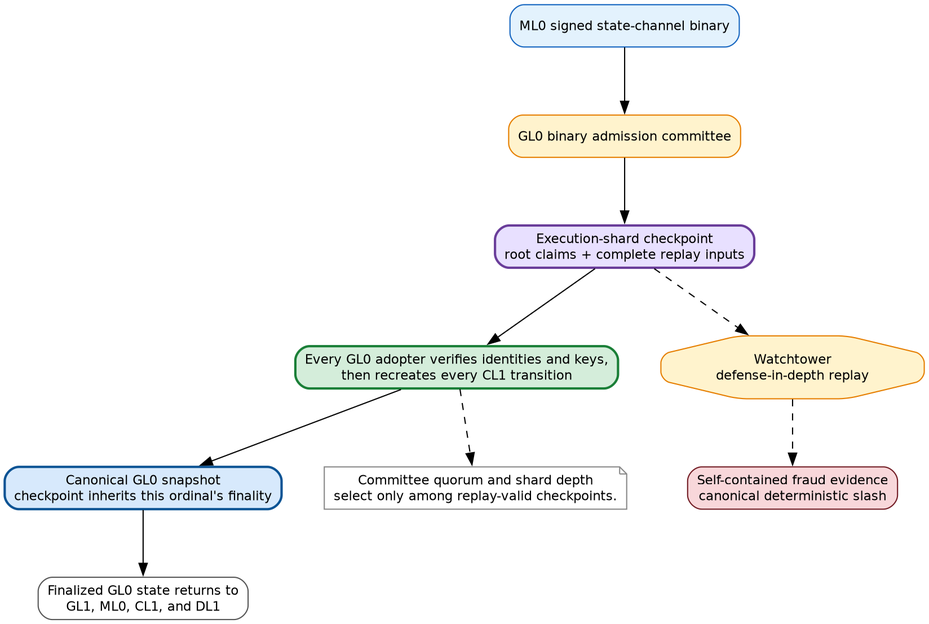
Earlier version of the Graphviz export docs/nakamoto/diagrams/3-combined-resolution-and-finality.png (ottobot-ai/tessellation). Its source is kept beside it as docs/nakamoto/diagrams/3-combined-resolution-and-finality.dot.
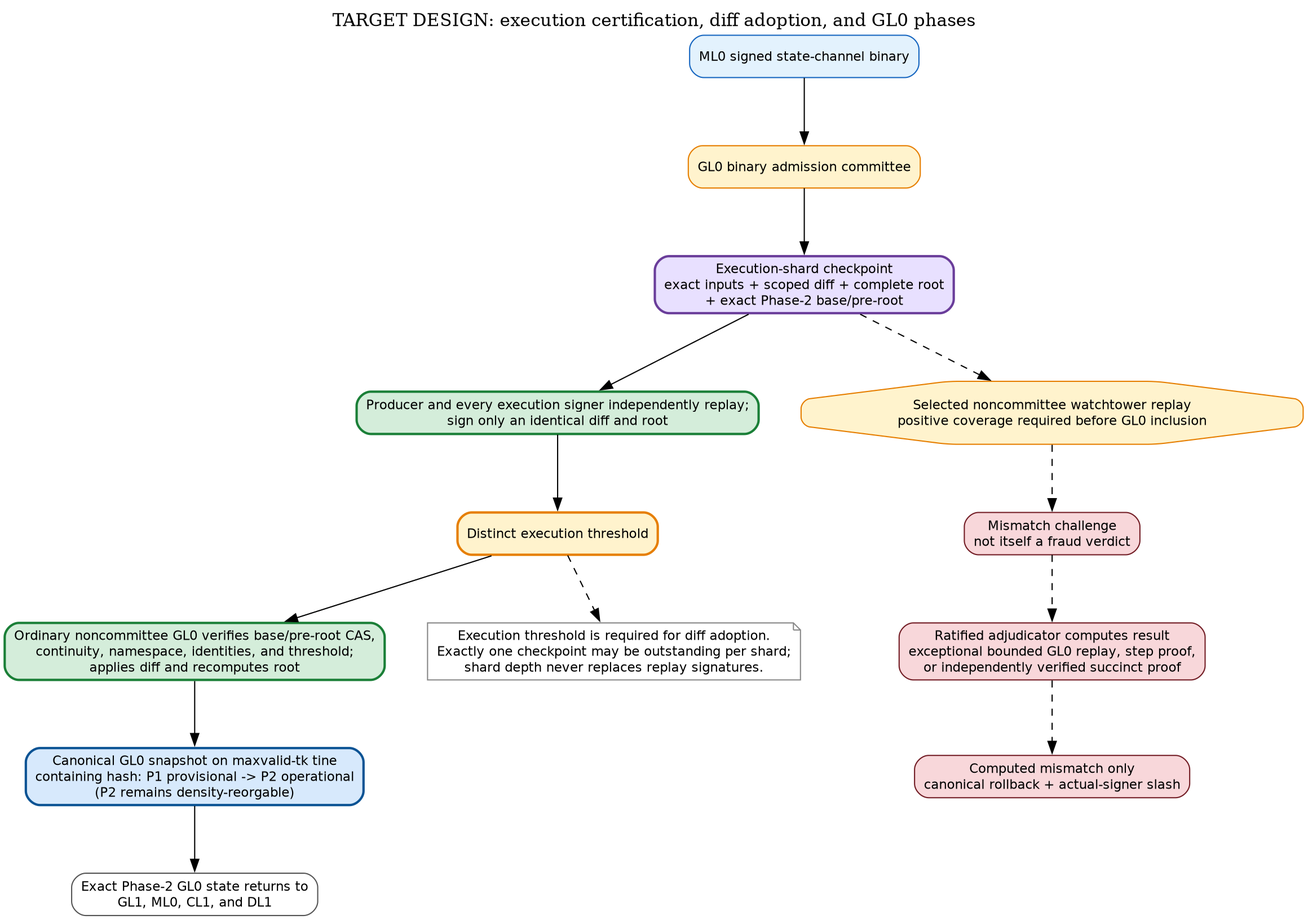
After the change.

The edit, as a diff of the source:
```diff
@@ -1,5 +1,8 @@
 
 digraph combined {
+  label="TARGET DESIGN: execution certification, diff adoption, and GL0 phases";
+  labelloc=t;
+  fontsize=15;
   rankdir=TB;
   ranksep=0.8;
   nodesep=0.5;
@@ -8,18 +11,22 @@
 
   ml0 [label="ML0 signed state-channel binary", fillcolor="#E3F2FD", color="#1565C0"];
   admission [label="GL0 binary admission committee", fillcolor="#FFF3CD", color="#E67E00"];
-  checkpoint [label="Execution-shard checkpoint\nroot claims + complete replay inputs", fillcolor="#E8E0FF", color="#6A3D9A", penwidth=2];
-  replay [label="Every GL0 adopter verifies identities and keys,\nthen recreates every CL1 transition", fillcolor="#D4EDDA", color="#1A7F37", penwidth=2];
-  global [label="Canonical GL0 snapshot\ncheckpoint inherits this ordinal's finality", fillcolor="#D7E9FC", color="#0B5394", penwidth=2];
-  downstream [label="Finalized GL0 state returns to\nGL1, ML0, CL1, and DL1", fillcolor="#FFFFFF", color="#555555"];
+  checkpoint [label="Execution-shard checkpoint\nexact inputs + scoped diff + complete root\n+ exact Phase-2 base/pre-root", fillcolor="#E8E0FF", color="#6A3D9A", penwidth=2];
+  replay [label="Producer and every execution signer independently replay;\nsign only an identical diff and root", fillcolor="#D4EDDA", color="#1A7F37", penwidth=2];
+  threshold [label="Distinct execution threshold", fillcolor="#FFF3CD", color="#E67E00", penwidth=2];
+  adopt [label="Ordinary noncommittee GL0 verifies base/pre-root CAS,\ncontinuity, namespace, identities, and threshold;\napplies diff and recomputes root", fillcolor="#D4EDDA", color="#1A7F37", penwidth=2];
+  global [label="Canonical GL0 snapshot on maxvalid-tk tine\ncontaining hash: P1 provisional -> P2 operational\n(P2 remains density-reorgable)", fillcolor="#D7E9FC", color="#0B5394", penwidth=2];
+  downstream [label="Exact Phase-2 GL0 state returns to\nGL1, ML0, CL1, and DL1", fillcolor="#FFFFFF", color="#555555"];
 
-  ml0 -> admission -> checkpoint -> replay -> global -> downstream;
+  ml0 -> admission -> checkpoint -> replay -> threshold -> adopt -> global -> downstream;
 
-  quorum [shape=note, label="Committee quorum and shard depth\nselect only among replay-valid checkpoints.", fillcolor="#FFFFFF", color="#888888"];
-  watchtower [shape=octagon, label="Watchtower\ndefense-in-depth replay", fillcolor="#FFF3CD", color="#E67E00"];
-  slash [label="Self-contained fraud evidence\ncanonical deterministic slash", fillcolor="#F8D7DA", color="#721C24"];
+  quorum [shape=note, label="Execution threshold is required for diff adoption.\nExactly one checkpoint may be outstanding per shard;\nshard depth never replaces replay signatures.", fillcolor="#FFFFFF", color="#888888"];
+  watchtower [shape=octagon, label="Selected noncommittee watchtower replay\npositive coverage required before GL0 inclusion", fillcolor="#FFF3CD", color="#E67E00"];
+  challenge [label="Mismatch challenge\nnot itself a fraud verdict", fillcolor="#F8D7DA", color="#721C24"];
+  adjudicator [label="Ratified adjudicator computes result\nexceptional bounded GL0 replay, step proof,\nor independently verified succinct proof", fillcolor="#F8D7DA", color="#721C24"];
+  slash [label="Computed mismatch only\ncanonical rollback + actual-signer slash", fillcolor="#F8D7DA", color="#721C24"];
 
-  replay -> quorum [style=dashed];
-  watchtower -> slash [style=dashed];
+  threshold -> quorum [style=dashed];
+  watchtower -> challenge -> adjudicator -> slash [style=dashed];
   checkpoint -> watchtower [style=dashed];
 }
```
